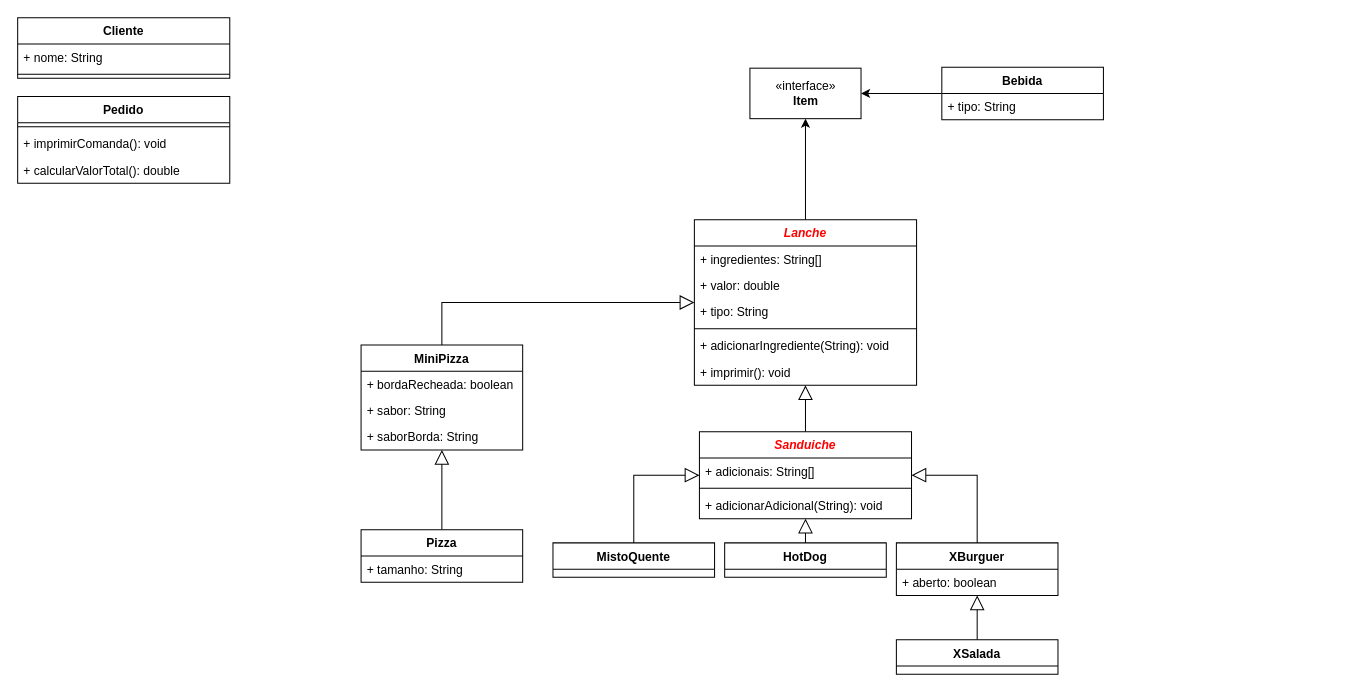
hannaBanannaOF/entra21-git-inicio keeps this draw.io diagram as page "Page-1" (1 of 4) of diagramas.drawio. Above is the earlier version. Source tidied: cells renumbered, new cells numbered last; positions are measured from the earlier drawing's top-left corner, leaving out a move shared by most shapes. Both pictures are drawn from the tidied source at 101%, with x=0, y=0 at pixel (17, 17).
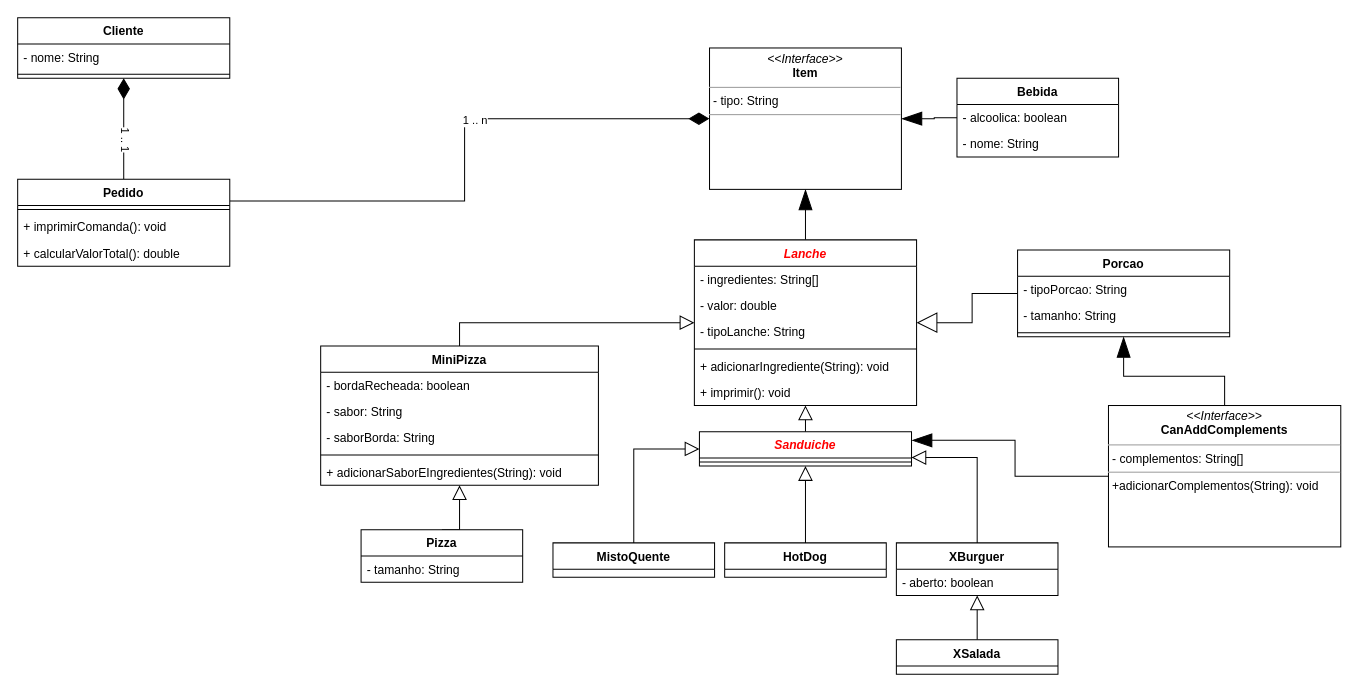
The same diagram, later.

Unchanged cells that the change refers to:
```xml
<mxCell id="11" value="XBurguer" style="swimlane;fontStyle=1;align=center;verticalAlign=top;horizontal=1;startSize=26;" parent="1" vertex="1">
  <mxGeometry x="870" y="520" width="160" height="52" as="geometry" />
</mxCell>
<mxCell id="22" value="Cliente" style="swimlane;fontStyle=1;align=center;verticalAlign=top;horizontal=1;startSize=26;" parent="1" vertex="1">
  <mxGeometry width="210" height="60" as="geometry" />
</mxCell>
<mxCell id="37" value="Pizza" style="swimlane;fontStyle=1;align=center;verticalAlign=top;horizontal=1;startSize=26;" parent="1" vertex="1">
  <mxGeometry x="340" y="507" width="160" height="52" as="geometry" />
</mxCell>
```

What changed in the source:
```diff
@@
-    <mxCell id="2" style="edgeStyle=orthogonalEdgeStyle;rounded=0;jettySize=auto;html=1;exitX=0.5;exitY=0;exitDx=0;exitDy=0;entryX=0.5;entryY=1;entryDx=0;entryDy=0;fontColor=#000000;" parent="1" edge="1" source="3" target="39">
-      <mxGeometry relative="1" as="geometry" />
-    </mxCell>
+    <mxCell id="43" style="edgeStyle=orthogonalEdgeStyle;rounded=0;jettySize=auto;html=1;exitX=0.5;exitY=0;exitDx=0;exitDy=0;entryX=0.5;entryY=1;entryDx=0;entryDy=0;endArrow=blockThin;endFill=1;endSize=18;" parent="1" edge="1" source="3" target="55">
+      <mxGeometry relative="1" as="geometry" />
+    </mxCell>
     <mxCell id="3" value="Lanche" style="swimlane;fontStyle=3;align=center;verticalAlign=top;horizontal=1;startSize=26;fontColor=#FF0000;" parent="1" vertex="1">
-      <mxGeometry x="670" y="200" width="220" height="164" as="geometry" />
+      <mxGeometry x="670" y="220" width="220" height="164" as="geometry" />
     </mxCell>
-    <mxCell id="4" value="+ ingredientes: String[]" style="text;strokeColor=none;fillColor=none;align=left;verticalAlign=top;spacingLeft=4;spacingRight=4;overflow=hidden;" parent="3" vertex="1">
+    <mxCell id="4" value="- ingredientes: String[]" style="text;strokeColor=none;fillColor=none;align=left;verticalAlign=top;spacingLeft=4;spacingRight=4;overflow=hidden;" parent="3" vertex="1">
       <mxGeometry y="26" width="220" height="26" as="geometry" />
     </mxCell>
-    <mxCell id="5" value="+ valor: double" style="text;strokeColor=none;fillColor=none;align=left;verticalAlign=top;spacingLeft=4;spacingRight=4;overflow=hidden;" parent="3" vertex="1">
+    <mxCell id="5" value="- valor: double" style="text;strokeColor=none;fillColor=none;align=left;verticalAlign=top;spacingLeft=4;spacingRight=4;overflow=hidden;" parent="3" vertex="1">
       <mxGeometry y="52" width="220" height="26" as="geometry" />
     </mxCell>
-    <mxCell id="6" value="+ tipo: String" style="text;strokeColor=none;fillColor=none;align=left;verticalAlign=top;spacingLeft=4;spacingRight=4;overflow=hidden;" parent="3" vertex="1">
-      <mxGeometry y="78" width="220" height="26" as="geometry" />
-    </mxCell>
+    <mxCell id="44" value="- tipoLanche: String" style="text;strokeColor=none;fillColor=none;align=left;verticalAlign=top;spacingLeft=4;spacingRight=4;overflow=hidden;" parent="3" vertex="1">
+      <mxGeometry y="78" width="220" height="26" as="geometry" />
+    </mxCell>
@@
-    <mxCell id="10" style="edgeStyle=orthogonalEdgeStyle;rounded=0;jettySize=auto;html=1;exitX=0.5;exitY=0;exitDx=0;exitDy=0;entryX=1;entryY=0.5;entryDx=0;entryDy=0;endArrow=block;endFill=0;endSize=12;" parent="1" edge="1" source="11" target="31">
+    <mxCell id="10" style="edgeStyle=orthogonalEdgeStyle;rounded=0;jettySize=auto;html=1;exitX=0.5;exitY=0;exitDx=0;exitDy=0;entryX=1;entryY=0.75;entryDx=0;entryDy=0;endArrow=block;endFill=0;endSize=12;" parent="1" edge="1" source="11" target="31">
       <mxGeometry relative="1" as="geometry" />
     </mxCell>
@@
-    <mxCell id="12" value="+ aberto: boolean" style="text;strokeColor=none;fillColor=none;align=left;verticalAlign=top;spacingLeft=4;spacingRight=4;overflow=hidden;" parent="11" vertex="1">
+    <mxCell id="12" value="- aberto: boolean" style="text;strokeColor=none;fillColor=none;align=left;verticalAlign=top;spacingLeft=4;spacingRight=4;overflow=hidden;" parent="11" vertex="1">
       <mxGeometry y="26" width="160" height="26" as="geometry" />
     </mxCell>
@@
+    <mxCell id="45" style="edgeStyle=orthogonalEdgeStyle;rounded=0;jettySize=auto;html=1;exitX=0.5;exitY=0;exitDx=0;exitDy=0;entryX=0.5;entryY=1;entryDx=0;entryDy=0;endArrow=diamondThin;endFill=1;endSize=18;" parent="1" edge="1" source="18" target="22">
+      <mxGeometry relative="1" as="geometry" />
+    </mxCell>
+    <mxCell id="46" value="1 .. 1" style="edgeLabel;html=1;align=center;verticalAlign=middle;rotation=90;" parent="45" vertex="1">
+      <mxGeometry x="-0.2" y="-3" relative="1" as="geometry" />
+    </mxCell>
+    <mxCell id="47" style="edgeStyle=orthogonalEdgeStyle;rounded=0;jettySize=auto;html=1;exitX=1;exitY=0.25;exitDx=0;exitDy=0;entryX=0;entryY=0.5;entryDx=0;entryDy=0;endArrow=diamondThin;endFill=1;endSize=18;" parent="1" edge="1" source="18" target="55">
+      <mxGeometry relative="1" as="geometry" />
+    </mxCell>
+    <mxCell id="48" value="1 .. n" style="edgeLabel;html=1;align=center;verticalAlign=middle;" parent="47" vertex="1">
+      <mxGeometry x="0.16" y="-1" relative="1" as="geometry">
+        <mxPoint x="1" as="offset" />
+      </mxGeometry>
+    </mxCell>
     <mxCell id="18" value="Pedido" style="swimlane;fontStyle=1;align=center;verticalAlign=top;horizontal=1;startSize=26;" parent="1" vertex="1">
-      <mxGeometry y="78" width="210" height="86" as="geometry" />
+      <mxGeometry y="160" width="210" height="86" as="geometry" />
     </mxCell>
@@
-    <mxCell id="23" value="+ nome: String" style="text;strokeColor=none;fillColor=none;align=left;verticalAlign=top;spacingLeft=4;spacingRight=4;overflow=hidden;" parent="22" vertex="1">
+    <mxCell id="23" value="- nome: String" style="text;strokeColor=none;fillColor=none;align=left;verticalAlign=top;spacingLeft=4;spacingRight=4;overflow=hidden;" parent="22" vertex="1">
       <mxGeometry y="26" width="210" height="26" as="geometry" />
     </mxCell>
@@
     <mxCell id="26" value="MiniPizza" style="swimlane;fontStyle=1;align=center;verticalAlign=top;horizontal=1;startSize=26;" parent="1" vertex="1">
-      <mxGeometry x="340" y="324" width="160" height="104" as="geometry" />
+      <mxGeometry x="300" y="325" width="275" height="138" as="geometry" />
     </mxCell>
-    <mxCell id="27" value="+ bordaRecheada: boolean" style="text;strokeColor=none;fillColor=none;align=left;verticalAlign=top;spacingLeft=4;spacingRight=4;overflow=hidden;" parent="26" vertex="1">
-      <mxGeometry y="26" width="160" height="26" as="geometry" />
+    <mxCell id="27" value="- bordaRecheada: boolean" style="text;strokeColor=none;fillColor=none;align=left;verticalAlign=top;spacingLeft=4;spacingRight=4;overflow=hidden;" parent="26" vertex="1">
+      <mxGeometry y="26" width="275" height="26" as="geometry" />
     </mxCell>
-    <mxCell id="28" value="+ sabor: String" style="text;strokeColor=none;fillColor=none;align=left;verticalAlign=top;spacingLeft=4;spacingRight=4;overflow=hidden;" parent="26" vertex="1">
-      <mxGeometry y="52" width="160" height="26" as="geometry" />
+    <mxCell id="28" value="- sabor: String" style="text;strokeColor=none;fillColor=none;align=left;verticalAlign=top;spacingLeft=4;spacingRight=4;overflow=hidden;" parent="26" vertex="1">
+      <mxGeometry y="52" width="275" height="26" as="geometry" />
     </mxCell>
-    <mxCell id="29" value="+ saborBorda: String" style="text;strokeColor=none;fillColor=none;align=left;verticalAlign=top;spacingLeft=4;spacingRight=4;overflow=hidden;" parent="26" vertex="1">
-      <mxGeometry y="78" width="160" height="26" as="geometry" />
+    <mxCell id="29" value="- saborBorda: String" style="text;strokeColor=none;fillColor=none;align=left;verticalAlign=top;spacingLeft=4;spacingRight=4;overflow=hidden;" parent="26" vertex="1">
+      <mxGeometry y="78" width="275" height="26" as="geometry" />
     </mxCell>
+    <mxCell id="49" style="line;strokeWidth=1;fillColor=none;align=left;verticalAlign=middle;spacingTop=-1;spacingLeft=3;spacingRight=3;labelPosition=right;" parent="26" vertex="1">
+      <mxGeometry y="104" width="275" height="8" as="geometry" />
+    </mxCell>
+    <mxCell id="50" value="+ adicionarSaborEIngredientes(String): void" style="text;strokeColor=none;fillColor=none;align=left;verticalAlign=top;spacingLeft=4;spacingRight=4;overflow=hidden;" parent="26" vertex="1">
+      <mxGeometry y="112" width="275" height="26" as="geometry" />
+    </mxCell>
@@
     <mxCell id="31" value="Sanduiche" style="swimlane;fontStyle=3;align=center;verticalAlign=top;horizontal=1;startSize=26;fontColor=#FF0000;" parent="1" vertex="1">
-      <mxGeometry x="675" y="410" width="210" height="86" as="geometry" />
+      <mxGeometry x="675" y="410" width="210" height="34" as="geometry" />
     </mxCell>
-    <mxCell id="32" value="+ adicionais: String[]" style="text;strokeColor=none;fillColor=none;align=left;verticalAlign=top;spacingLeft=4;spacingRight=4;overflow=hidden;" parent="31" vertex="1">
-      <mxGeometry y="26" width="210" height="26" as="geometry" />
-    </mxCell>
     <mxCell id="33" style="line;strokeWidth=1;fillColor=none;align=left;verticalAlign=middle;spacingTop=-1;spacingLeft=3;spacingRight=3;labelPosition=right;fontColor=#FF0000;" parent="31" vertex="1">
-      <mxGeometry y="52" width="210" height="8" as="geometry" />
+      <mxGeometry y="26" width="210" height="8" as="geometry" />
     </mxCell>
-    <mxCell id="34" value="+ adicionarAdicional(String): void" style="text;strokeColor=none;fillColor=none;align=left;verticalAlign=top;spacingLeft=4;spacingRight=4;overflow=hidden;fontColor=#000000;" parent="31" vertex="1">
-      <mxGeometry y="60" width="210" height="26" as="geometry" />
-    </mxCell>
@@
-    <mxCell id="38" value="+ tamanho: String" style="text;strokeColor=none;fillColor=none;align=left;verticalAlign=top;spacingLeft=4;spacingRight=4;overflow=hidden;" parent="37" vertex="1">
-      <mxGeometry y="26" width="160" height="26" as="geometry" />
-    </mxCell>
-    <mxCell id="39" value="«interface»&lt;br&gt;&lt;b&gt;Item&lt;br&gt;&lt;/b&gt;" style="html=1;fontColor=#000000;" parent="1" vertex="1">
-      <mxGeometry x="725" y="50" width="110" height="50" as="geometry" />
-    </mxCell>
-    <mxCell id="40" style="edgeStyle=orthogonalEdgeStyle;rounded=0;jettySize=auto;html=1;exitX=0;exitY=0.5;exitDx=0;exitDy=0;entryX=1;entryY=0.5;entryDx=0;entryDy=0;fontColor=#000000;" parent="1" edge="1" source="41" target="39">
-      <mxGeometry relative="1" as="geometry" />
-    </mxCell>
+    <mxCell id="51" value="- tamanho: String" style="text;strokeColor=none;fillColor=none;align=left;verticalAlign=top;spacingLeft=4;spacingRight=4;overflow=hidden;" parent="37" vertex="1">
+      <mxGeometry y="26" width="160" height="26" as="geometry" />
+    </mxCell>
+    <mxCell id="52" style="edgeStyle=orthogonalEdgeStyle;rounded=0;jettySize=auto;html=1;exitX=0;exitY=0.5;exitDx=0;exitDy=0;entryX=1;entryY=0.5;entryDx=0;entryDy=0;endArrow=blockThin;endFill=1;endSize=18;" parent="1" edge="1" source="41" target="55">
+      <mxGeometry relative="1" as="geometry" />
+    </mxCell>
     <mxCell id="41" value="Bebida" style="swimlane;fontStyle=1;align=center;verticalAlign=top;horizontal=1;startSize=26;" parent="1" vertex="1">
-      <mxGeometry x="915" y="49" width="160" height="52" as="geometry" />
+      <mxGeometry x="930" y="60" width="160" height="78" as="geometry" />
     </mxCell>
-    <mxCell id="42" value="+ tipo: String" style="text;strokeColor=none;fillColor=none;align=left;verticalAlign=top;spacingLeft=4;spacingRight=4;overflow=hidden;" parent="41" vertex="1">
-      <mxGeometry y="26" width="160" height="26" as="geometry" />
-    </mxCell>
+    <mxCell id="53" value="- alcoolica: boolean" style="text;strokeColor=none;fillColor=none;align=left;verticalAlign=top;spacingLeft=4;spacingRight=4;overflow=hidden;" parent="41" vertex="1">
+      <mxGeometry y="26" width="160" height="26" as="geometry" />
+    </mxCell>
+    <mxCell id="54" value="- nome: String" style="text;strokeColor=none;fillColor=none;align=left;verticalAlign=top;spacingLeft=4;spacingRight=4;overflow=hidden;" parent="41" vertex="1">
+      <mxGeometry y="52" width="160" height="26" as="geometry" />
+    </mxCell>
+    <mxCell id="55" value="&lt;p style=&quot;margin:0px;margin-top:4px;text-align:center;&quot;&gt;&lt;i&gt;&amp;lt;&amp;lt;Interface&amp;gt;&amp;gt;&lt;/i&gt;&lt;br&gt;&lt;b&gt;Item&lt;/b&gt;&lt;/p&gt;&lt;hr size=&quot;1&quot;&gt;&lt;p style=&quot;margin:0px;margin-left:4px;&quot;&gt;- tipo: String&lt;br&gt;&lt;/p&gt;&lt;hr size=&quot;1&quot;&gt;&lt;p style=&quot;margin:0px;margin-left:4px;&quot;&gt;&lt;br&gt;&lt;/p&gt;" style="verticalAlign=top;align=left;overflow=fill;fontSize=12;fontFamily=Helvetica;html=1;" parent="1" vertex="1">
+      <mxGeometry x="685" y="30" width="190" height="140" as="geometry" />
+    </mxCell>
+    <mxCell id="56" style="edgeStyle=orthogonalEdgeStyle;rounded=0;jettySize=auto;html=1;exitX=0;exitY=0.5;exitDx=0;exitDy=0;endArrow=block;endFill=0;endSize=18;entryX=1;entryY=0.5;entryDx=0;entryDy=0;" parent="1" edge="1" source="57" target="3">
+      <mxGeometry relative="1" as="geometry" />
+    </mxCell>
+    <mxCell id="57" value="Porcao" style="swimlane;fontStyle=1;align=center;verticalAlign=top;horizontal=1;startSize=26;fontColor=#000000;" parent="1" vertex="1">
+      <mxGeometry x="990" y="230" width="210" height="86" as="geometry" />
+    </mxCell>
+    <mxCell id="58" value="- tipoPorcao: String" style="text;strokeColor=none;fillColor=none;align=left;verticalAlign=top;spacingLeft=4;spacingRight=4;overflow=hidden;" parent="57" vertex="1">
+      <mxGeometry y="26" width="210" height="26" as="geometry" />
+    </mxCell>
+    <mxCell id="59" value="- tamanho: String" style="text;strokeColor=none;fillColor=none;align=left;verticalAlign=top;spacingLeft=4;spacingRight=4;overflow=hidden;" parent="57" vertex="1">
+      <mxGeometry y="52" width="210" height="26" as="geometry" />
+    </mxCell>
+    <mxCell id="60" style="line;strokeWidth=1;fillColor=none;align=left;verticalAlign=middle;spacingTop=-1;spacingLeft=3;spacingRight=3;labelPosition=right;fontColor=#FF0000;" parent="57" vertex="1">
+      <mxGeometry y="78" width="210" height="8" as="geometry" />
+    </mxCell>
+    <mxCell id="61" style="edgeStyle=orthogonalEdgeStyle;rounded=0;jettySize=auto;html=1;exitX=0.5;exitY=0;exitDx=0;exitDy=0;entryX=0.5;entryY=1;entryDx=0;entryDy=0;endArrow=blockThin;endFill=1;endSize=18;" parent="1" edge="1" source="63" target="57">
+      <mxGeometry relative="1" as="geometry" />
+    </mxCell>
+    <mxCell id="62" style="edgeStyle=orthogonalEdgeStyle;rounded=0;jettySize=auto;html=1;exitX=0;exitY=0.5;exitDx=0;exitDy=0;entryX=1;entryY=0.25;entryDx=0;entryDy=0;endArrow=blockThin;endFill=1;endSize=18;" parent="1" edge="1" source="63" target="31">
+      <mxGeometry relative="1" as="geometry" />
+    </mxCell>
+    <mxCell id="63" value="&lt;p style=&quot;margin:0px;margin-top:4px;text-align:center;&quot;&gt;&lt;i&gt;&amp;lt;&amp;lt;Interface&amp;gt;&amp;gt;&lt;/i&gt;&lt;br&gt;&lt;b&gt;CanAddComplements&lt;/b&gt;&lt;/p&gt;&lt;hr size=&quot;1&quot;&gt;&lt;p style=&quot;margin:0px;margin-left:4px;&quot;&gt;- complementos: String[]&lt;br&gt;&lt;/p&gt;&lt;hr size=&quot;1&quot;&gt;&lt;p style=&quot;margin:0px;margin-left:4px;&quot;&gt;+adicionarComplementos(String): void&lt;/p&gt;" style="verticalAlign=top;align=left;overflow=fill;fontSize=12;fontFamily=Helvetica;html=1;" parent="1" vertex="1">
+      <mxGeometry x="1080" y="384" width="230" height="140" as="geometry" />
+    </mxCell>
```
